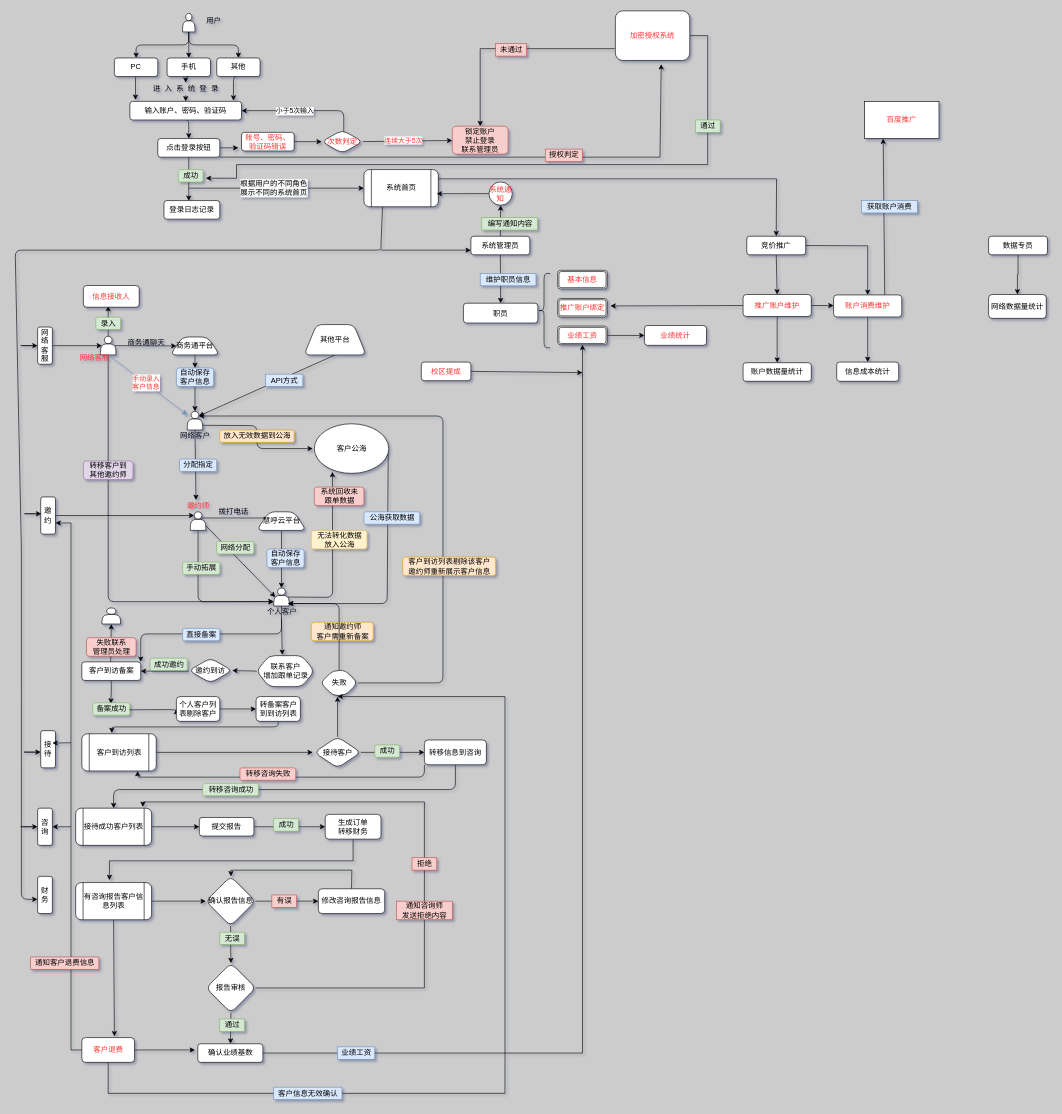
This is Untitled Diagram.drawio from cdcmo/hgedu, a draw.io file, before an edit. Source tidied: cells renumbered, new cells numbered last; positions are measured from the earlier drawing's top-left corner, leaving out a move shared by most shapes. Both pictures are drawn from the tidied source at 62%, with x=0, y=0 at pixel (15, 11).
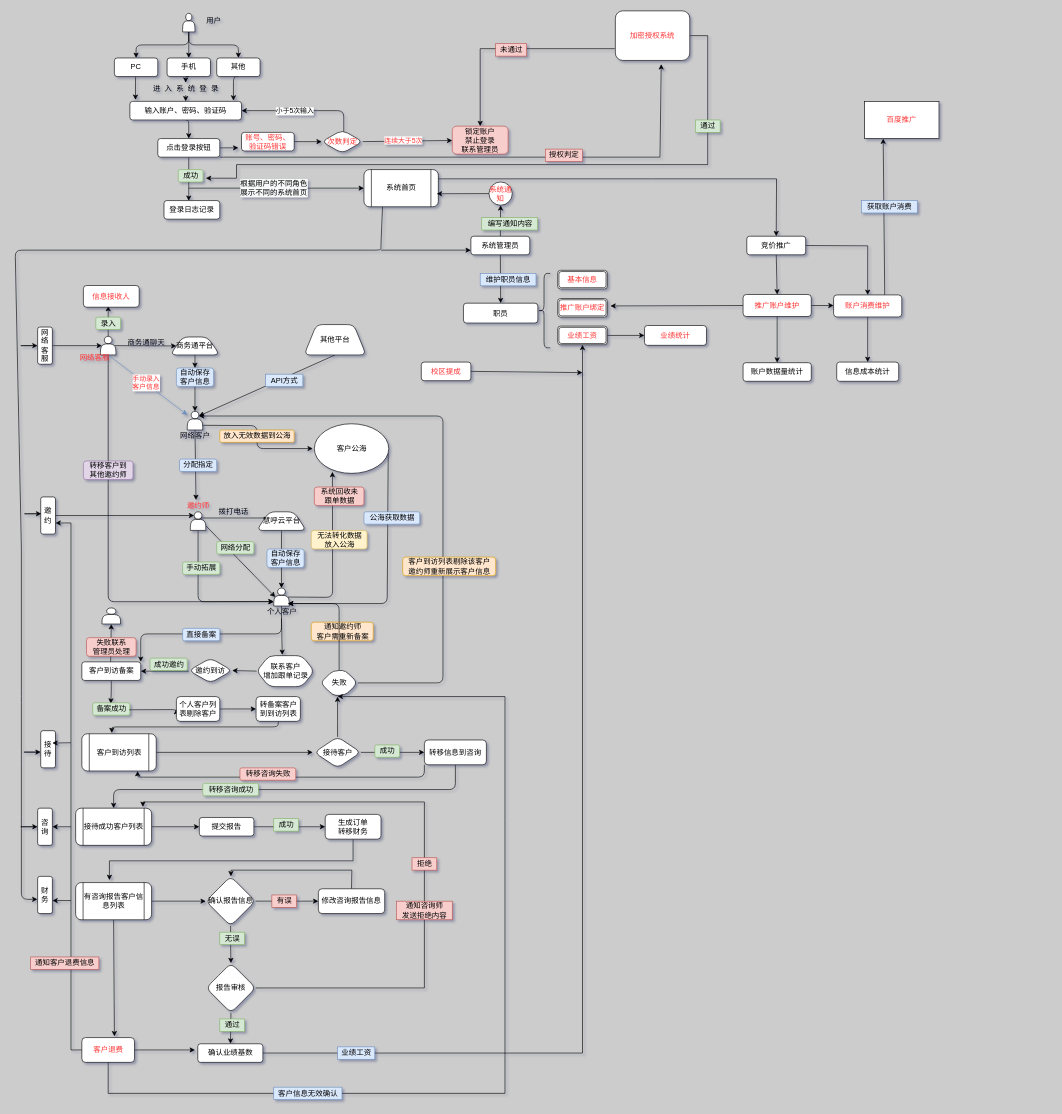
Above is the later version.

What changed in the source:
```diff
@@
-    <mxCell id="196" style="edgeStyle=orthogonalEdgeStyle;rounded=0;jettySize=auto;html=1;exitX=0.5;exitY=1;exitDx=0;exitDy=0;entryX=0.5;entryY=0;entryDx=0;entryDy=0;" parent="1" edge="1" source="197" target="198">
-      <mxGeometry relative="1" as="geometry" />
-    </mxCell>
-    <mxCell id="197" value="数据专员" style="whiteSpace=wrap;html=1;fontColor=#000000;rounded=1;" parent="1" vertex="1">
-      <mxGeometry x="1570" y="363.5" width="95" height="30" as="geometry" />
-    </mxCell>
-    <mxCell id="198" value="网络数据量统计" style="rounded=1;whiteSpace=wrap;html=1;" parent="1" vertex="1">
-      <mxGeometry x="1570" y="457.5" width="93" height="38.5" as="geometry" />
-    </mxCell>
@@
+    <mxCell id="201" style="endArrow=classic;html=1;fontColor=#FF3333;entryX=1;entryY=0.5;entryDx=0;entryDy=0;" parent="1" edge="1">
+      <mxGeometry relative="1" as="geometry">
+        <mxPoint x="90" y="1435" as="sourcePoint" />
+        <mxPoint x="60" y="1435" as="targetPoint" />
+      </mxGeometry>
+    </mxCell>
```
